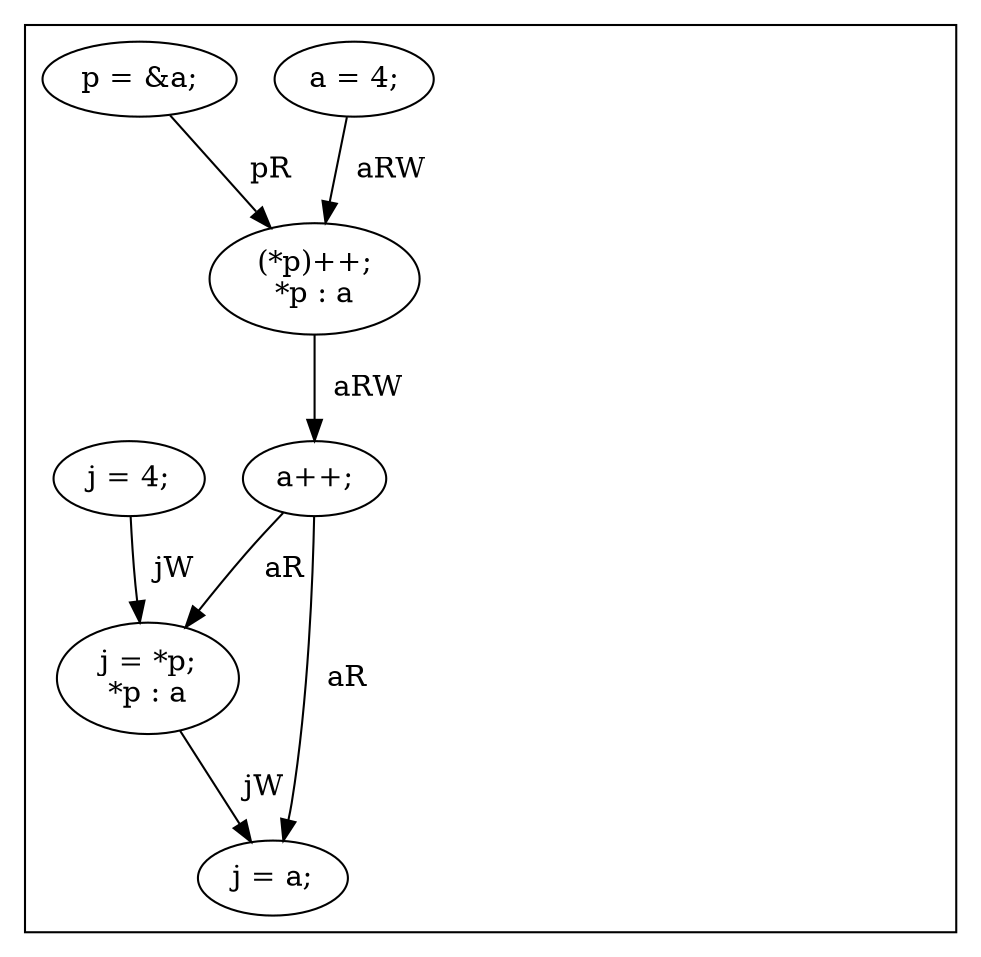
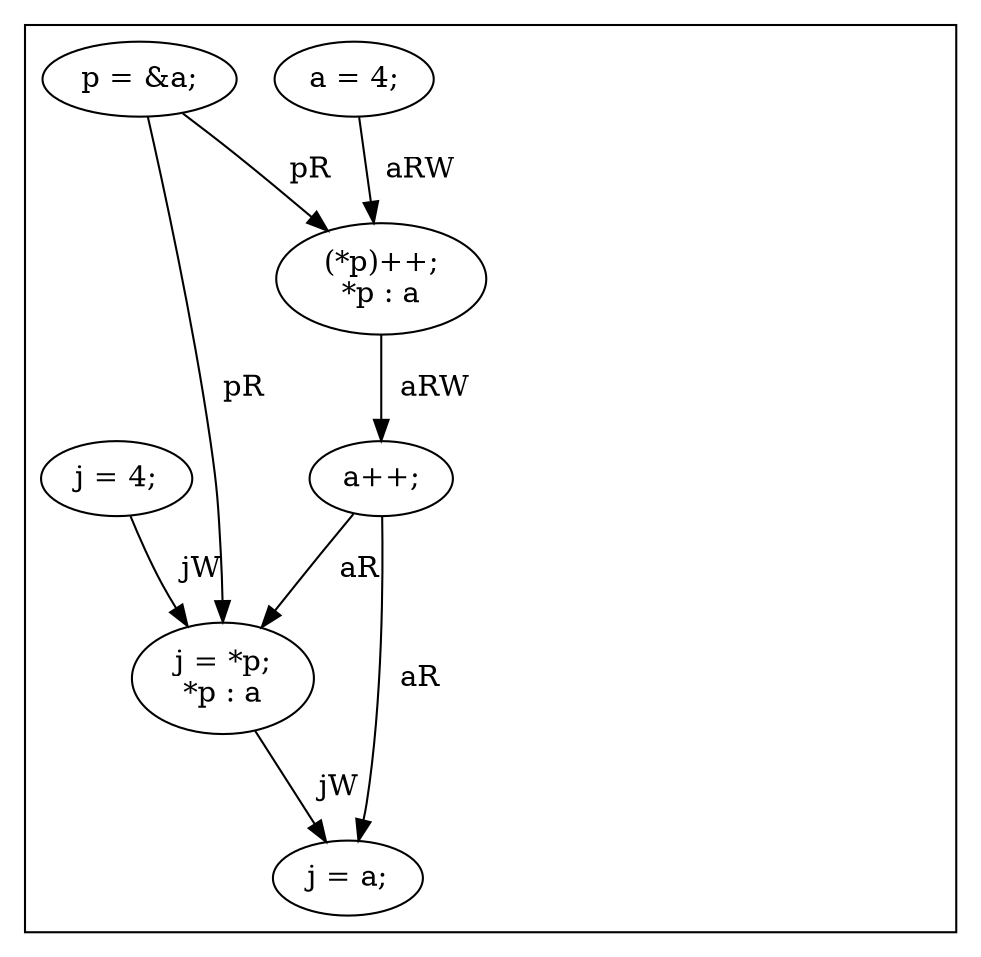
digraph G {
subgraph cluster_f0 {
    invisibleNodeScope_0 [style=invis];
    0 [label="a = 4;"];
    0 -> 2[label="  aRW"];
    1 [label="p = &a;"];
+     1 -> 5[label="  pR"];
    1 -> 2[label="  pR"];
    2 [label="(*p)++;
*p : a"];
    2 -> 3[label="  aRW"];
    3 [label="a++;"];
    3 -> 6[label="  aR"];
    3 -> 5[label="  aR"];
    4 [label="j = 4;"];
    4 -> 5[label="  jW"];
    5 [label="j = *p;
*p : a"];
    5 -> 6[label="  jW"];
    6 [label="j = a;"];
}
}
